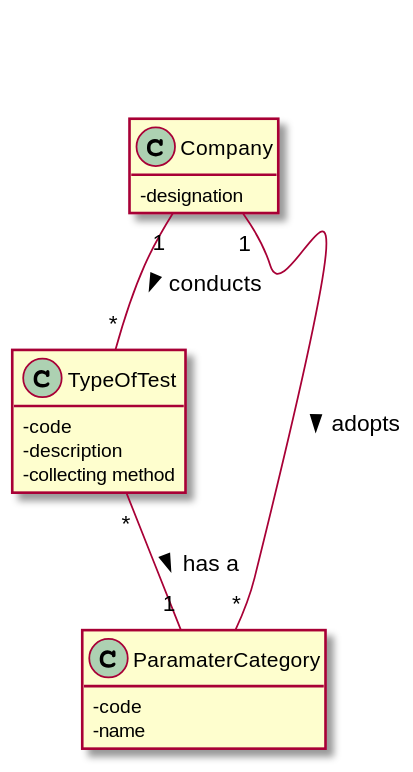
Before: docs/SprintC/US9/UC9_MD.svg, a diagram exported from PlantUML (GuilhermeCunha79/lapr2).
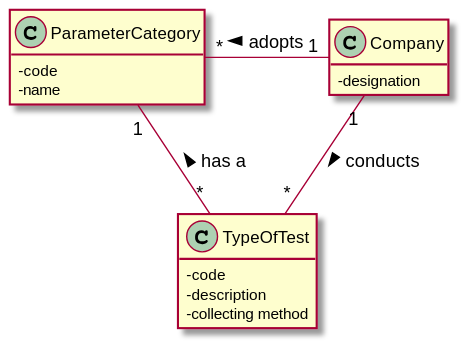
After the commit.

The edit, as a diff of the source:
```diff
@@ -2,11 +2,9 @@
 hide methods
 skinparam classAttributeIconSize 0
 
-
-
 Company"1" -- "*"TypeOfTest:> conducts
-Company"1" -- "*"ParamaterCategory :> adopts
-TypeOfTest"*" -- "1"ParamaterCategory :> has a
+Company"1" -left- "*"ParameterCategory : "> adopts"
+TypeOfTest"*" -- "1"ParameterCategory : "> has a"
 
 class TypeOfTest{
 -code
@@ -18,7 +16,7 @@
 -designation
 }
 
-class ParamaterCategory{
+class ParameterCategory{
     -code
     -name
 }
```
